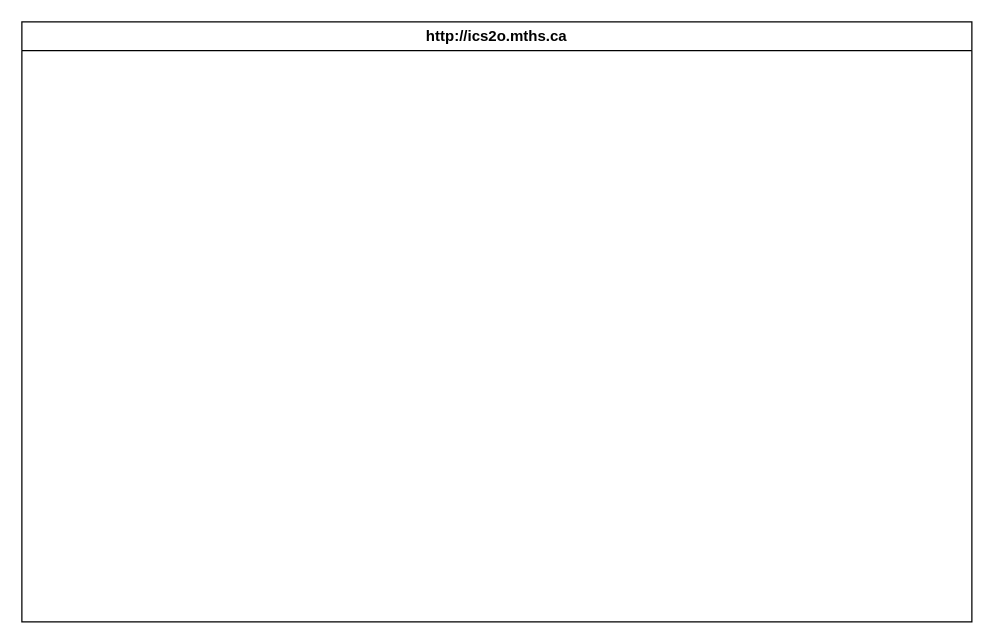
Above: design/storyboard.drawio in MTHS-ICS2O-2-2022/ics2o---unit-5-05-Armatys22 (draw.io), before the change. Source tidied: cells renumbered, new cells numbered last; positions are measured from the earlier drawing's top-left corner, leaving out a move shared by most shapes. Both pictures are drawn from the tidied source at 125%, with x=0, y=0 at pixel (21, 21).
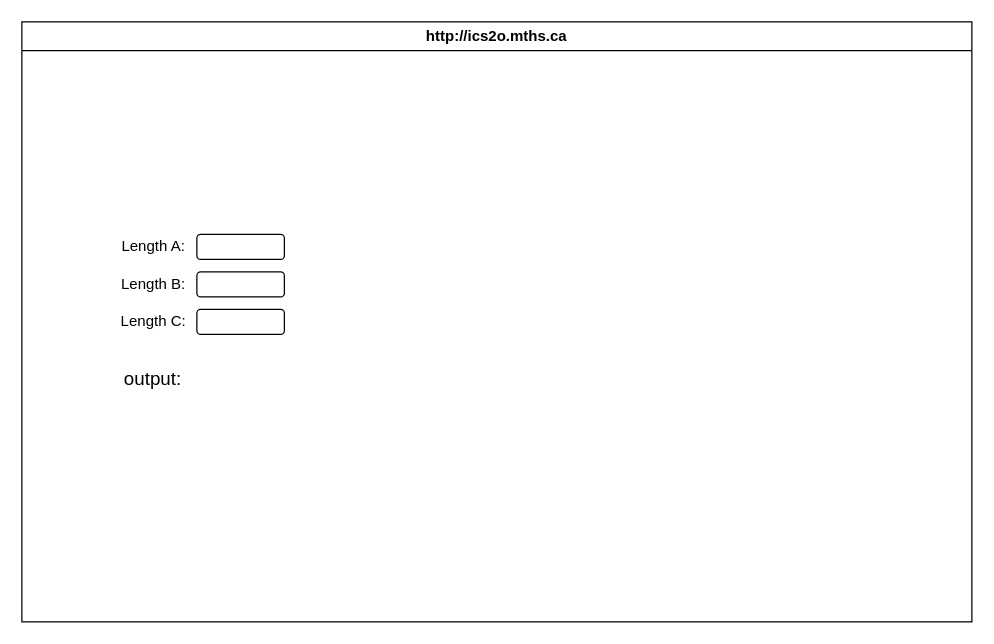
The same diagram, later.

The edit, as a diff of the source:
```diff
@@
 <mxGraphModel>
   <root>
     <mxCell id="0" />
     <mxCell id="1" parent="0" />
     <mxCell id="2" value="http://ics2o.mths.ca" style="swimlane;whiteSpace=wrap;html=1;" parent="1" vertex="1">
       <mxGeometry width="760" height="480" as="geometry" />
     </mxCell>
+    <mxCell id="3" style="rounded=1;whiteSpace=wrap;html=1;" parent="1" vertex="1">
+      <mxGeometry x="140" y="170" width="70" height="20" as="geometry" />
+    </mxCell>
+    <mxCell id="4" style="rounded=1;whiteSpace=wrap;html=1;" parent="1" vertex="1">
+      <mxGeometry x="140" y="230" width="70" height="20" as="geometry" />
+    </mxCell>
+    <mxCell id="5" style="rounded=1;whiteSpace=wrap;html=1;" parent="1" vertex="1">
+      <mxGeometry x="140" y="200" width="70" height="20" as="geometry" />
+    </mxCell>
+    <mxCell id="6" value="Length A:" style="text;html=1;align=center;verticalAlign=middle;strokeColor=none;fillColor=none;" parent="1" vertex="1">
+      <mxGeometry x="70" y="165" width="70" height="30" as="geometry" />
+    </mxCell>
+    <mxCell id="7" value="Length C:" style="text;html=1;align=center;verticalAlign=middle;strokeColor=none;fillColor=none;" parent="1" vertex="1">
+      <mxGeometry x="65" y="225" width="80" height="30" as="geometry" />
+    </mxCell>
+    <mxCell id="8" value="Length B:" style="text;html=1;align=center;verticalAlign=middle;strokeColor=none;fillColor=none;" parent="1" vertex="1">
+      <mxGeometry x="65" y="195" width="80" height="30" as="geometry" />
+    </mxCell>
+    <mxCell id="9" value="output:" style="text;html=1;strokeColor=none;fillColor=none;align=center;verticalAlign=middle;whiteSpace=wrap;rounded=0;fontSize=15;" parent="1" vertex="1">
+      <mxGeometry x="75" y="270" width="60" height="30" as="geometry" />
+    </mxCell>
   </root>
 </mxGraphModel>
```
